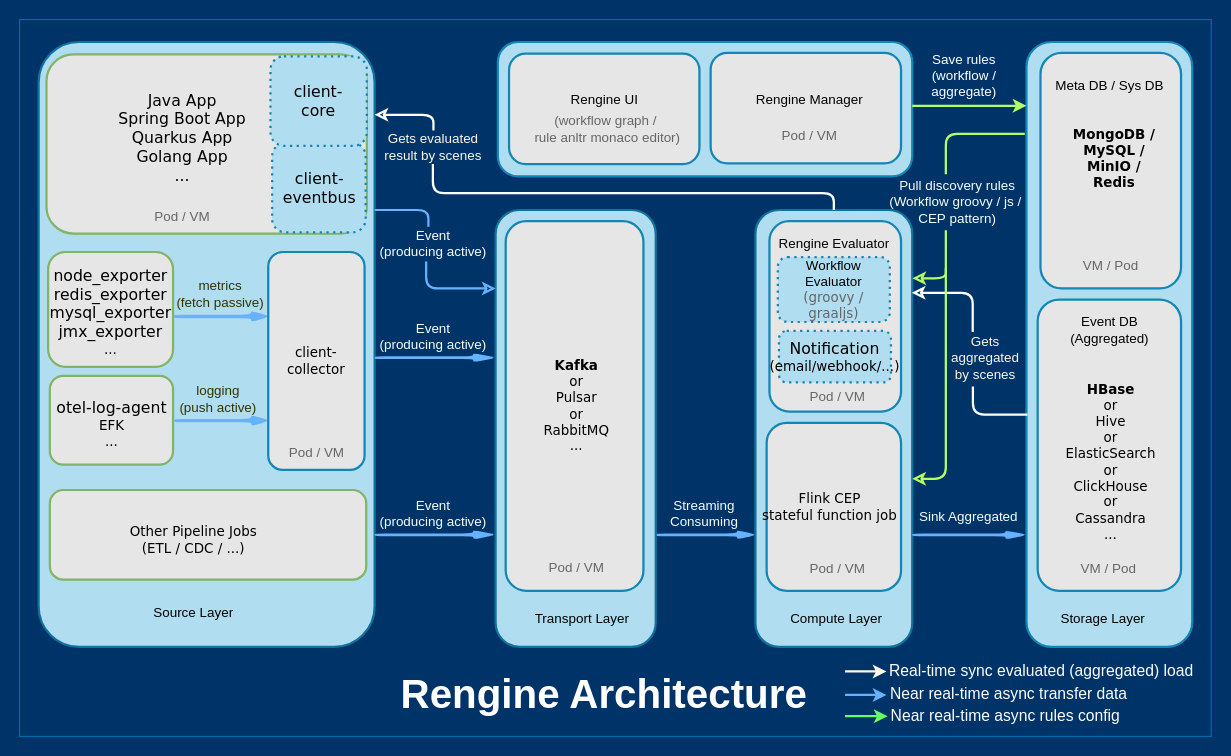
wl4g/rengine keeps this draw.io diagram as docs/shots/rengine_architecture.drawio. Above is the earlier version. Source tidied: cells renumbered, new cells numbered last; positions are measured from the earlier drawing's top-left corner, leaving out a move shared by most shapes. Both pictures are drawn from the tidied source at 112%, with x=0, y=0 at pixel (19, 19).
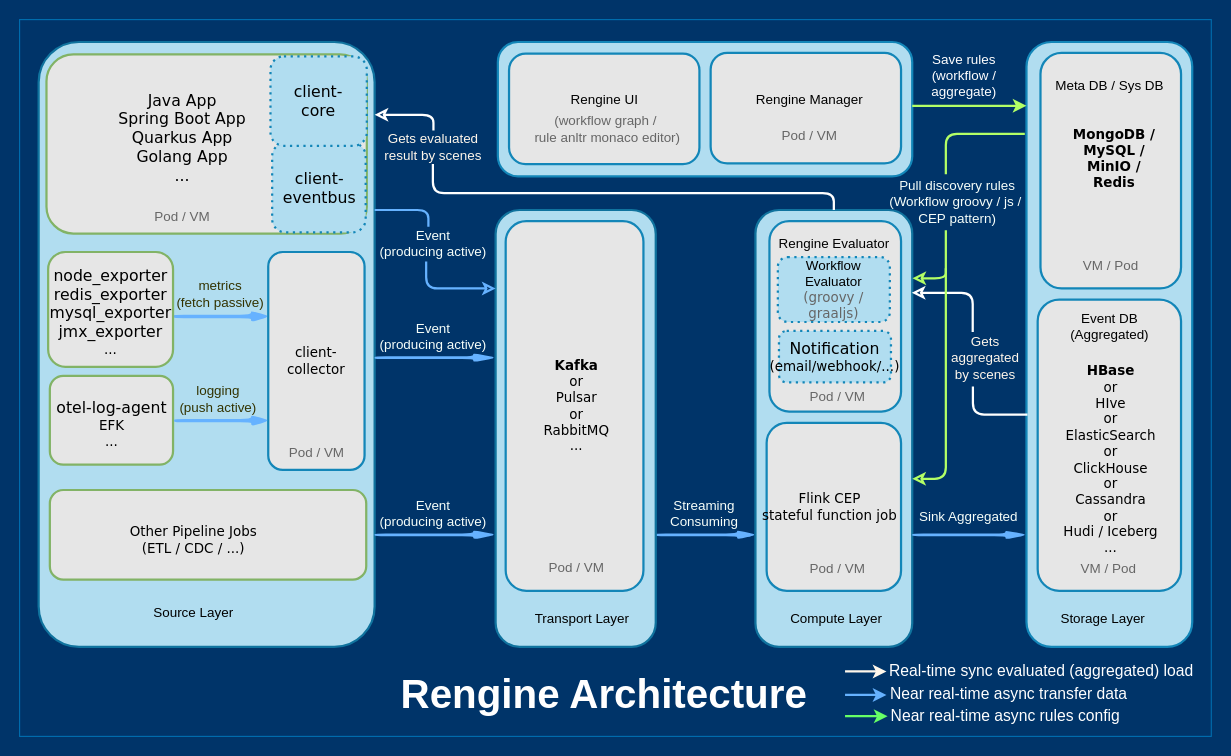
After the change.

What changed in the source:
```diff
@@
-    <mxCell id="34" value="&lt;font face=&quot;verdana&quot;&gt;&lt;b&gt;HBase&lt;/b&gt;&lt;/font&gt;&lt;br&gt;&lt;font face=&quot;verdana&quot;&gt;or&lt;/font&gt;&lt;br&gt;&lt;font face=&quot;verdana&quot;&gt;Hive&lt;/font&gt;&lt;br&gt;&lt;font face=&quot;verdana&quot;&gt;or&lt;/font&gt;&lt;br&gt;&lt;font face=&quot;verdana&quot;&gt;ElasticSearch&lt;/font&gt;&lt;br&gt;&lt;font face=&quot;verdana&quot;&gt;or&lt;/font&gt;&lt;br&gt;&lt;font face=&quot;verdana&quot;&gt;ClickHouse&lt;/font&gt;&lt;br&gt;&lt;font face=&quot;verdana&quot;&gt;or&lt;/font&gt;&lt;br&gt;&lt;font face=&quot;verdana&quot;&gt;Cassandra&lt;/font&gt;&lt;br&gt;&lt;font face=&quot;verdana&quot;&gt;...&lt;/font&gt;" style="text;html=1;align=center;verticalAlign=middle;strokeColor=none;fillColor=none;rounded=1;" parent="1" vertex="1">
-      <mxGeometry x="933.5" y="325" width="80" height="140" as="geometry" />
+    <mxCell id="34" value="&lt;font face=&quot;verdana&quot;&gt;&lt;b&gt;HBase&lt;br&gt;&lt;/b&gt;&lt;/font&gt;&lt;font face=&quot;Verdana&quot;&gt;or&lt;br&gt;HIve&lt;br&gt;&lt;/font&gt;&lt;font face=&quot;verdana&quot;&gt;or&lt;/font&gt;&lt;br&gt;&lt;font face=&quot;verdana&quot;&gt;ElasticSearch&lt;/font&gt;&lt;br&gt;&lt;font face=&quot;verdana&quot;&gt;or&lt;/font&gt;&lt;br&gt;&lt;font face=&quot;verdana&quot;&gt;ClickHouse&lt;/font&gt;&lt;br&gt;&lt;font face=&quot;verdana&quot;&gt;or&lt;/font&gt;&lt;br&gt;&lt;font face=&quot;verdana&quot;&gt;Cassandra&lt;br&gt;&lt;/font&gt;&lt;font face=&quot;Verdana&quot;&gt;or&lt;br&gt;Hudi / Iceberg&lt;/font&gt;&lt;br&gt;&lt;font face=&quot;verdana&quot;&gt;...&lt;/font&gt;" style="text;html=1;align=center;verticalAlign=middle;strokeColor=none;fillColor=none;rounded=1;" parent="1" vertex="1">
+      <mxGeometry x="933.5" y="308" width="80" height="170" as="geometry" />
     </mxCell>
@@
     <mxCell id="74" value="Event DB&lt;br&gt;(Aggregated)" style="text;html=1;align=center;verticalAlign=middle;strokeColor=none;fillColor=none;" parent="1" vertex="1">
-      <mxGeometry x="927.5" y="261.9" width="90" height="30" as="geometry" />
+      <mxGeometry x="927.5" y="258.9" width="90" height="30" as="geometry" />
     </mxCell>
```
